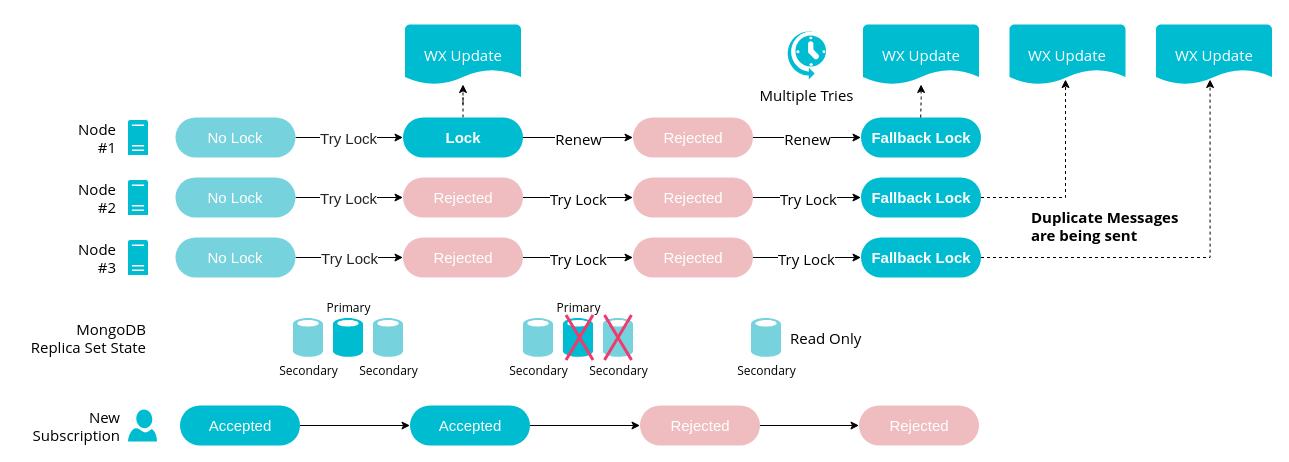
Above: page "Dual Db Failure" (4 of 4) of doc/HighlyAvailableLock.drawio in fvalka/AviatorsBot (draw.io), before the change. Source tidied: cells renumbered, new cells numbered last; positions are measured from the earlier drawing's top-left corner, leaving out a move shared by most shapes. Both pictures are drawn from the tidied source at 100%, with x=0, y=0 at pixel (17, 24).
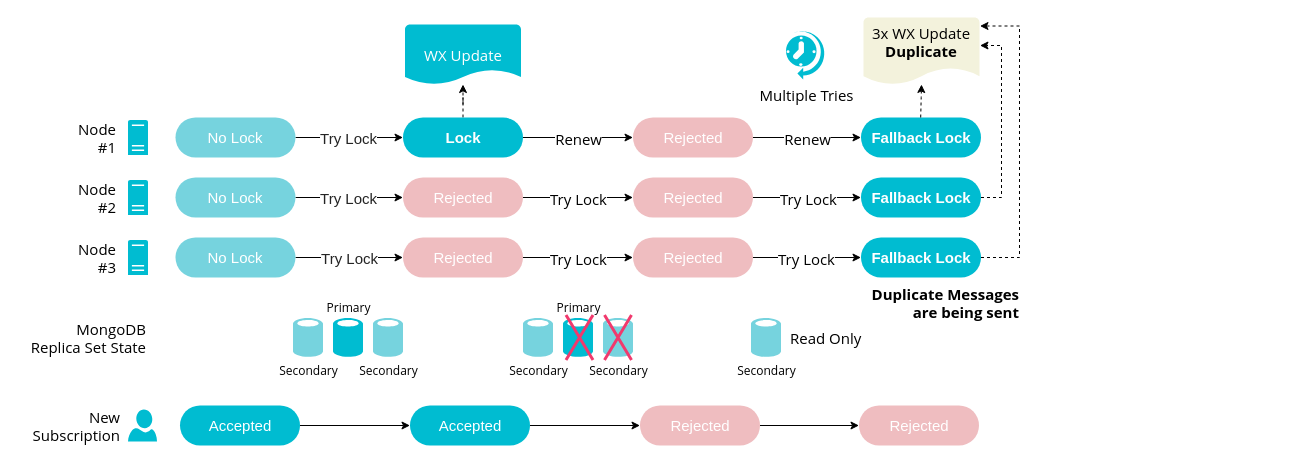
The same diagram, later.

Unchanged cells that the change refers to:
```xml
<mxCell id="50" value="&lt;span&gt;Fallback Lock&lt;/span&gt;" style="rounded=1;whiteSpace=wrap;html=1;fillColor=#00BCD1;strokeColor=none;fontSize=15;fontColor=#FFFFFF;arcSize=50;fontStyle=1;" parent="1" vertex="1">
  <mxGeometry x="843.5" y="213" width="120" height="40" as="geometry" />
</mxCell>
<mxCell id="52" value="&lt;span&gt;Fallback Lock&lt;/span&gt;" style="rounded=1;whiteSpace=wrap;html=1;fillColor=#00BCD1;strokeColor=none;fontSize=15;fontColor=#FFFFFF;arcSize=50;fontStyle=1;" parent="1" vertex="1">
  <mxGeometry x="843.5" y="153" width="120" height="40" as="geometry" />
</mxCell>
```

The edit, as a diff of the source:
```diff
@@
-    <mxCell id="49" style="edgeStyle=orthogonalEdgeStyle;rounded=0;jettySize=auto;html=1;entryX=0.466;entryY=0.917;entryDx=0;entryDy=0;entryPerimeter=0;startArrow=none;startFill=0;fontFamily=Open Sans;fontSize=15;fontColor=#000000;align=center;dashed=1;" parent="1" edge="1" source="50" target="62">
-      <mxGeometry relative="1" as="geometry" />
-    </mxCell>
+    <mxCell id="64" style="edgeStyle=orthogonalEdgeStyle;rounded=0;jettySize=auto;html=1;entryX=1.004;entryY=0.127;entryDx=0;entryDy=0;entryPerimeter=0;dashed=1;" parent="1" edge="1" source="50" target="55">
+      <mxGeometry relative="1" as="geometry">
+        <Array as="points">
+          <mxPoint x="1002" y="233" />
+          <mxPoint x="1002" y="2" />
+        </Array>
+      </mxGeometry>
+    </mxCell>
@@
-    <mxCell id="51" style="edgeStyle=orthogonalEdgeStyle;rounded=0;jettySize=auto;html=1;entryX=0.483;entryY=0.917;entryDx=0;entryDy=0;entryPerimeter=0;startArrow=none;startFill=0;fontFamily=Open Sans;fontSize=15;fontColor=#000000;align=center;dashed=1;" parent="1" edge="1" source="52" target="61">
-      <mxGeometry relative="1" as="geometry" />
-    </mxCell>
+    <mxCell id="65" style="edgeStyle=orthogonalEdgeStyle;rounded=0;jettySize=auto;html=1;entryX=1.004;entryY=0.418;entryDx=0;entryDy=0;entryPerimeter=0;dashed=1;" parent="1" edge="1" source="52" target="55">
+      <mxGeometry relative="1" as="geometry">
+        <Array as="points">
+          <mxPoint x="984" y="173" />
+          <mxPoint x="984" y="21" />
+        </Array>
+      </mxGeometry>
+    </mxCell>
@@
-    <mxCell id="55" value="&lt;div style=&quot;text-align: center&quot;&gt;&lt;span&gt;WX Update&lt;/span&gt;&lt;/div&gt;" style="strokeWidth=2;html=1;shape=mxgraph.flowchart.document2;whiteSpace=wrap;size=0.25;shadow=0;labelBackgroundColor=none;fillColor=#00BCD1;fontSize=15;fontColor=#FFFFFF;align=center;strokeColor=none;fontFamily=Open Sans;verticalAlign=middle;horizontal=1;spacing=2;" parent="1" vertex="1">
-      <mxGeometry x="845.5" width="116" height="60" as="geometry" />
+    <mxCell id="55" value="&lt;div style=&quot;text-align: center&quot;&gt;&lt;span&gt;3x WX Update&lt;/span&gt;&lt;/div&gt;&lt;div style=&quot;text-align: center&quot;&gt;&lt;span&gt;&lt;b&gt;Duplicate&lt;/b&gt;&lt;/span&gt;&lt;/div&gt;" style="strokeWidth=2;html=1;shape=mxgraph.flowchart.document2;whiteSpace=wrap;size=0.25;shadow=0;labelBackgroundColor=none;fillColor=#F3F2DC;fontSize=15;fontColor=#000000;align=center;strokeColor=none;fontFamily=Open Sans;verticalAlign=top;horizontal=1;spacing=2;labelPosition=center;verticalLabelPosition=middle;" parent="1" vertex="1">
+      <mxGeometry x="846" y="-7" width="116" height="67" as="geometry" />
     </mxCell>
@@
-    <mxCell id="60" value="Multiple Tries" style="verticalLabelPosition=bottom;html=1;verticalAlign=top;align=center;strokeColor=none;fillColor=#00BCD1;shape=mxgraph.azure.scheduler;shadow=0;labelBackgroundColor=#ffffff;fontFamily=Open Sans;fontSize=15;fontColor=#000000;" parent="1" vertex="1">
+    <mxCell id="60" value="Multiple Tries" style="verticalLabelPosition=bottom;html=1;verticalAlign=top;align=center;strokeColor=none;fillColor=#00BCD1;shape=mxgraph.azure.scheduler;shadow=0;labelBackgroundColor=#ffffff;fontFamily=Open Sans;fontSize=15;fontColor=#000000;flipH=1;" parent="1" vertex="1">
       <mxGeometry x="768.5" y="5" width="40" height="50" as="geometry" />
     </mxCell>
-    <mxCell id="61" value="&lt;div style=&quot;text-align: center&quot;&gt;&lt;span&gt;WX Update&lt;/span&gt;&lt;/div&gt;" style="strokeWidth=2;html=1;shape=mxgraph.flowchart.document2;whiteSpace=wrap;size=0.25;shadow=0;labelBackgroundColor=none;fillColor=#00BCD1;fontSize=15;fontColor=#FFFFFF;align=center;strokeColor=none;fontFamily=Open Sans;verticalAlign=middle;horizontal=1;spacing=2;" parent="1" vertex="1">
-      <mxGeometry x="992" width="116" height="60" as="geometry" />
-    </mxCell>
-    <mxCell id="62" value="&lt;div style=&quot;text-align: center&quot;&gt;&lt;span&gt;WX Update&lt;/span&gt;&lt;/div&gt;" style="strokeWidth=2;html=1;shape=mxgraph.flowchart.document2;whiteSpace=wrap;size=0.25;shadow=0;labelBackgroundColor=none;fillColor=#00BCD1;fontSize=15;fontColor=#FFFFFF;align=center;strokeColor=none;fontFamily=Open Sans;verticalAlign=middle;horizontal=1;spacing=2;" parent="1" vertex="1">
-      <mxGeometry x="1138.5" width="116" height="60" as="geometry" />
-    </mxCell>
-    <mxCell id="63" value="Duplicate Messages are being sent&lt;br&gt;" style="text;html=1;strokeColor=none;fillColor=none;align=left;verticalAlign=middle;whiteSpace=wrap;rounded=0;shadow=0;labelBackgroundColor=#ffffff;fontFamily=Open Sans;fontSize=15;fontColor=#000000;fontStyle=1;" parent="1" vertex="1">
-      <mxGeometry x="1012" y="190.5" width="162" height="20" as="geometry" />
+    <mxCell id="63" value="Duplicate Messages are being sent&lt;br&gt;" style="text;html=1;strokeColor=none;fillColor=none;align=right;verticalAlign=middle;whiteSpace=wrap;rounded=0;shadow=0;labelBackgroundColor=#ffffff;fontFamily=Open Sans;fontSize=15;fontColor=#000000;fontStyle=1;" parent="1" vertex="1">
+      <mxGeometry x="841.5" y="268" width="162" height="20" as="geometry" />
     </mxCell>
```
